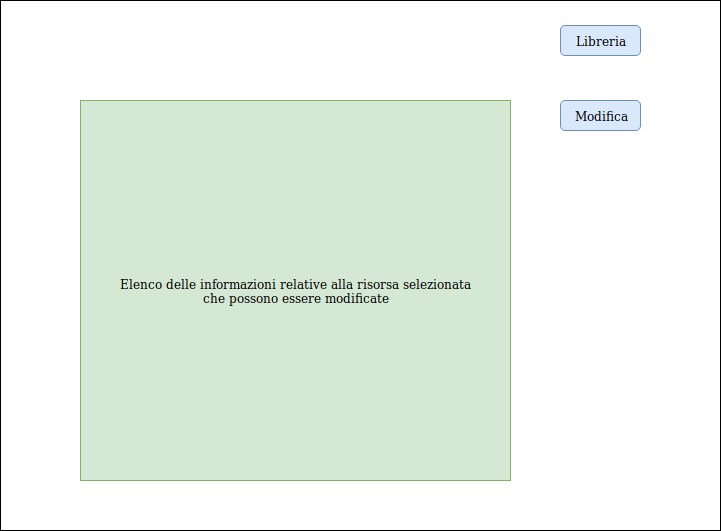
This is InterfacceBrutteFatteConPaint/ModificaRisorsa.png from SundavarBlaka/Alexandria, a draw.io export, as it was before one commit. Source tidied: cells renumbered, new cells last; positions are measured from the earlier drawing's top-left corner, leaving out a move shared by most shapes. The source it was exported from:
```xml
<mxGraphModel>
  <root>
    <mxCell id="0" />
    <mxCell id="1" parent="0" />
    <mxCell id="2" style="rounded=0;whiteSpace=wrap;html=1;" parent="1" vertex="1">
      <mxGeometry width="720" height="530" as="geometry" />
    </mxCell>
    <mxCell id="3" value="&lt;div&gt;Elenco delle informazioni relative alla risorsa selezionata &lt;br&gt;&lt;/div&gt;&lt;div&gt;che possono essere modificate &lt;/div&gt;" style="rounded=0;whiteSpace=wrap;html=1;align=center;fillColor=#d5e8d4;strokeColor=#82b366;" parent="1" vertex="1">
      <mxGeometry x="80" y="100" width="430" height="380" as="geometry" />
    </mxCell>
    <mxCell id="4" value="Libreria" style="rounded=1;whiteSpace=wrap;html=1;align=center;fillColor=#dae8fc;strokeColor=#6c8ebf;" parent="1" vertex="1">
      <mxGeometry x="560" y="25" width="80" height="30" as="geometry" />
    </mxCell>
    <mxCell id="5" value="Modifica" style="rounded=1;whiteSpace=wrap;html=1;align=center;fillColor=#dae8fc;strokeColor=#6c8ebf;" parent="1" vertex="1">
      <mxGeometry x="560" y="100" width="80" height="30" as="geometry" />
    </mxCell>
  </root>
</mxGraphModel>
```
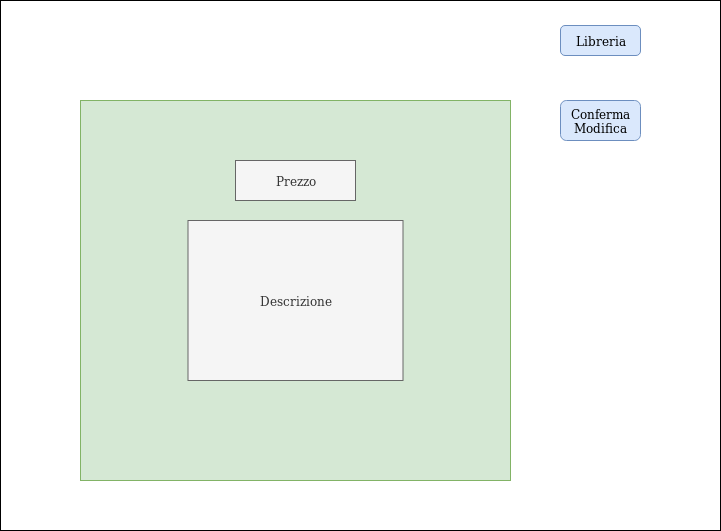
The same diagram one commit later.

Change to the diagram source:
```diff
@@ -5,14 +5,20 @@
     <mxCell id="2" style="rounded=0;whiteSpace=wrap;html=1;" parent="1" vertex="1">
       <mxGeometry width="720" height="530" as="geometry" />
     </mxCell>
-    <mxCell id="3" value="&lt;div&gt;Elenco delle informazioni relative alla risorsa selezionata &lt;br&gt;&lt;/div&gt;&lt;div&gt;che possono essere modificate &lt;/div&gt;" style="rounded=0;whiteSpace=wrap;html=1;align=center;fillColor=#d5e8d4;strokeColor=#82b366;" parent="1" vertex="1">
+    <mxCell id="3" style="rounded=0;whiteSpace=wrap;html=1;align=center;fillColor=#d5e8d4;strokeColor=#82b366;" parent="1" vertex="1">
       <mxGeometry x="80" y="100" width="430" height="380" as="geometry" />
     </mxCell>
     <mxCell id="4" value="Libreria" style="rounded=1;whiteSpace=wrap;html=1;align=center;fillColor=#dae8fc;strokeColor=#6c8ebf;" parent="1" vertex="1">
       <mxGeometry x="560" y="25" width="80" height="30" as="geometry" />
     </mxCell>
-    <mxCell id="5" value="Modifica" style="rounded=1;whiteSpace=wrap;html=1;align=center;fillColor=#dae8fc;strokeColor=#6c8ebf;" parent="1" vertex="1">
-      <mxGeometry x="560" y="100" width="80" height="30" as="geometry" />
+    <mxCell id="5" value="Conferma Modifica" style="rounded=1;whiteSpace=wrap;html=1;align=center;fillColor=#dae8fc;strokeColor=#6c8ebf;" parent="1" vertex="1">
+      <mxGeometry x="560" y="100" width="80" height="40" as="geometry" />
     </mxCell>
+    <mxCell id="6" value="Descrizione" style="rounded=0;whiteSpace=wrap;html=1;fillColor=#f5f5f5;strokeColor=#666666;fontColor=#333333;" parent="1" vertex="1">
+      <mxGeometry x="187.5" y="220" width="215" height="160" as="geometry" />
+    </mxCell>
+    <mxCell id="7" value="Prezzo" style="rounded=0;whiteSpace=wrap;html=1;fillColor=#f5f5f5;strokeColor=#666666;fontColor=#333333;" parent="1" vertex="1">
+      <mxGeometry x="235" y="160" width="120" height="40" as="geometry" />
+    </mxCell>
   </root>
 </mxGraphModel>
```
